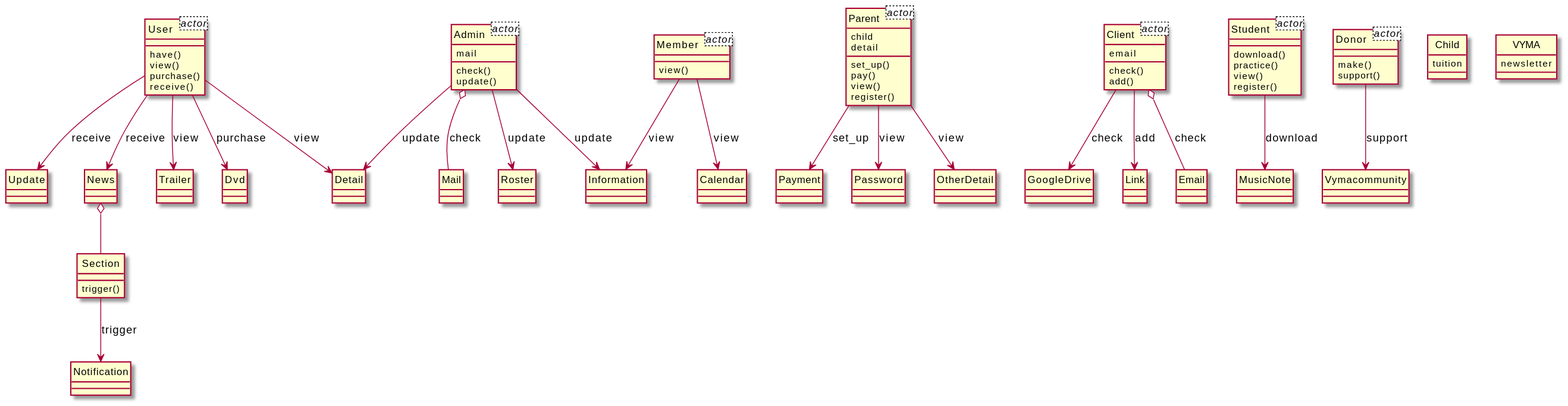
xixixhalu/DomainModelExtractor keeps this PlantUML diagram as output/diagram_5/2016-USC-Project02.svg. Above is the earlier version.
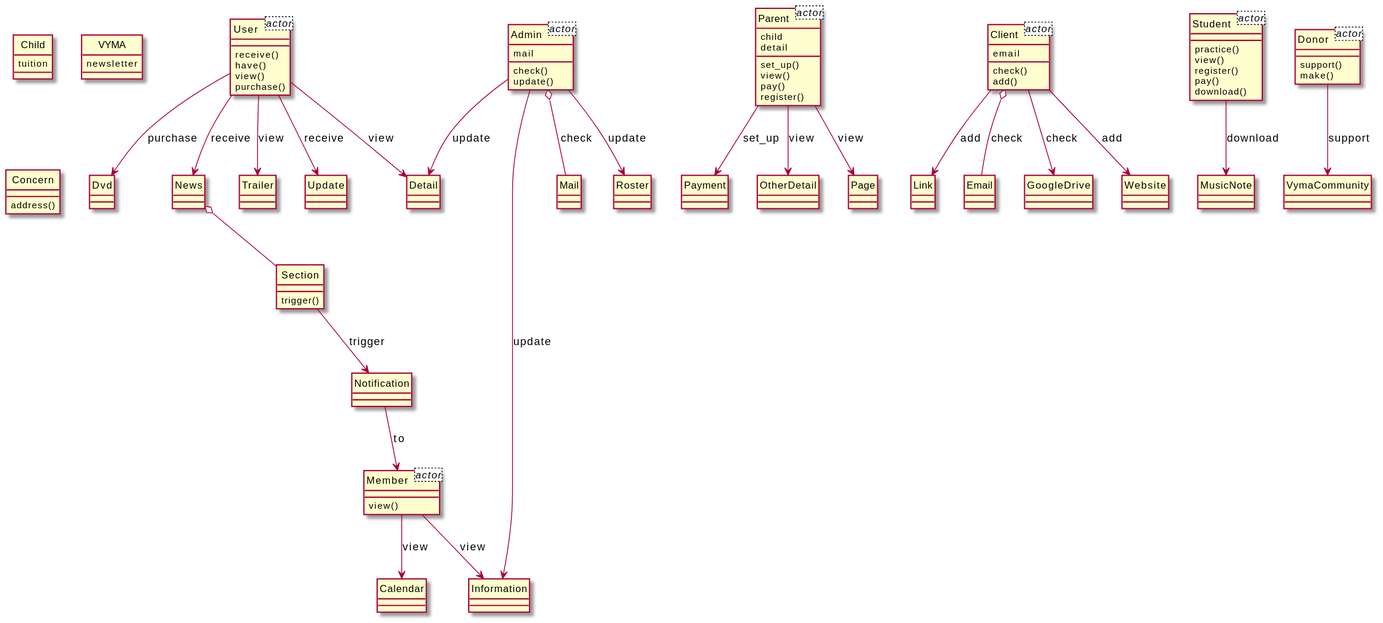
After the change.

Diff of the diagram source:
```diff
@@ -27,94 +27,102 @@
 class Section {
 	trigger()
 }
-class Donor {
-	make()
-	support()
+class Member {
+	view()
 }
-class Vymacommunity {
+class Information {
 }
-class Notification {
+class Parent {
+	set_up()
+	view()
+	pay()
+	register()
 }
-class User {
-	have()
-	view()
-	purchase()
-	receive()
-}
-class Dvd {
+class Payment {
 }
 class Student {
-	download()
 	practice()
 	view()
 	register()
-}
-class Parent {
-	set_up()
 	pay()
-	view()
-	register()
-}
-class Payment {
+	download()
 }
 class Admin {
 	check()
 	update()
 }
-class Mail {
-}
 class Client {
 	check()
 	add()
 }
-class GoogleDrive {
+class Link {
+}
+class User {
+	receive()
+	have()
+	view()
+	purchase()
+}
+class Mail {
+}
+class Calendar {
+}
+class Dvd {
+}
+class OtherDetail {
 }
 class Roster {
 }
-class Password {
+class News {
+}
+class Trailer {
+}
+class Concern {
+	address()
+}
+class Update {
 }
 class Detail {
 }
+class Notification {
+}
 class MusicNote {
 }
-class Member {
-	view()
-}
-class Calendar {
-}
-class Update {
-}
-class Link {
-}
-class Information {
-}
-class News {
+class Page {
 }
 class Email {
 }
-class OtherDetail {
+class Donor {
+	support()
+	make()
 }
-class Trailer {
+class VymaCommunity {
 }
+class GoogleDrive {
+}
+class Website {
+}
+Client --> Website : add
+Notification --> Member : to
+Member --> Information : view
+News o-- Section
+Parent --> Payment : set_up
+Admin --> Information : update
+User --> Update : receive
 User --> Detail : view
+Client --> Link : add
+User --> Trailer : view
+Section --> Notification : trigger
+Admin o-- Mail : check
+Student --> MusicNote : download
 Member --> Calendar : view
+Parent --> Page : view
 User --> Dvd : purchase
-User --> Update : receive
-Parent --> Payment : set_up
-Client --> Link : add
-Member --> Information : view
-Admin o-- Mail : check
-Admin --> Information : update
-Donor --> Vymacommunity : support
+Client o-- Email : check
+Admin --> Detail : update
+Parent --> OtherDetail : view
+Donor --> VymaCommunity : support
+Admin --> Roster : update
+Client --> GoogleDrive : check
 User --> News : receive
-Client --> GoogleDrive : check
-Section --> Notification : trigger
-Client o-- Email : check
-Admin --> Roster : update
-Parent --> OtherDetail : view
-Parent --> Password : view
-User --> Trailer : view
-News o-- Section
-Admin --> Detail : update
-Student --> MusicNote : download
 @enduml
```
